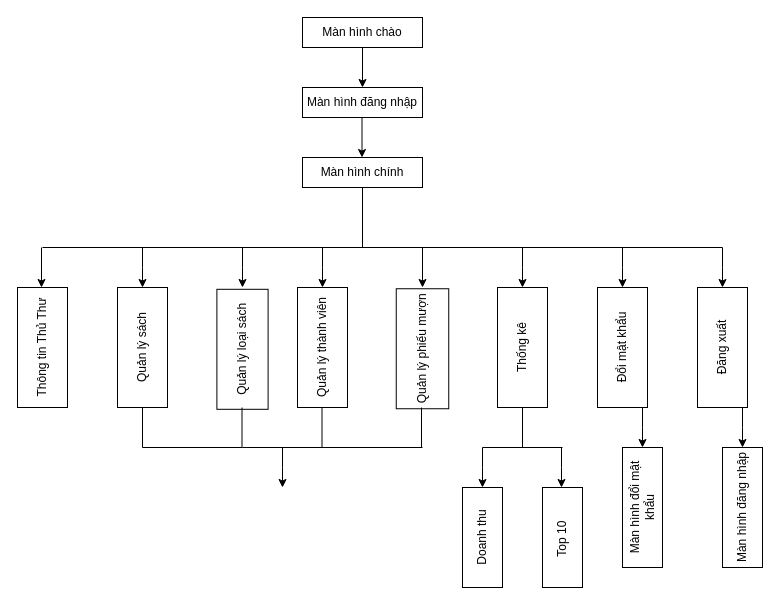
Before: Biểu đồ không có tiêu đề.drawio in thanhf313/duanmau, a draw.io diagram. Source tidied: cells renumbered, new cells numbered last; positions are measured from the earlier drawing's top-left corner, leaving out a move shared by most shapes. Both pictures are drawn from the tidied source at 100%, with x=0, y=0 at pixel (-18, 17).
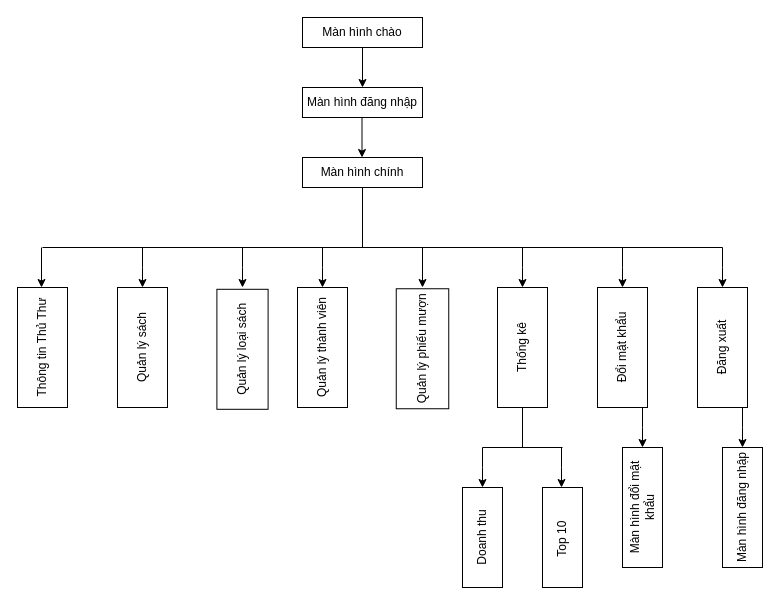
The same diagram, later.

Commit message:
Cập nhật Biểu đồ không có tiêu đề.drawio

The change refers to these unchanged cells:
```xml
<mxCell id="11" value="Quản lý sách" style="rounded=0;whiteSpace=wrap;html=1;rotation=-90;" parent="1" vertex="1">
  <mxGeometry x="100" y="305" width="120" height="50" as="geometry" />
</mxCell>
```

Change to the diagram source:
```diff
@@
-    <mxCell id="35" style="endArrow=none;html=1;rounded=0;" parent="1" edge="1">
-      <mxGeometry relative="1" as="geometry">
-        <mxPoint x="440" y="430" as="sourcePoint" />
-        <mxPoint x="160" y="430" as="targetPoint" />
-        <Array as="points">
-          <mxPoint x="260" y="430" />
-        </Array>
-      </mxGeometry>
-    </mxCell>
-    <mxCell id="36" style="endArrow=none;html=1;rounded=0;entryX=0;entryY=0.5;entryDx=0;entryDy=0;" parent="1" edge="1" target="11">
-      <mxGeometry relative="1" as="geometry">
-        <mxPoint x="160" y="430" as="sourcePoint" />
-      </mxGeometry>
-    </mxCell>
-    <mxCell id="37" style="endArrow=none;html=1;rounded=0;entryX=0;entryY=0.5;entryDx=0;entryDy=0;" parent="1" edge="1">
-      <mxGeometry relative="1" as="geometry">
-        <mxPoint x="259.5" y="430" as="sourcePoint" />
-        <mxPoint x="259.5" y="390" as="targetPoint" />
-      </mxGeometry>
-    </mxCell>
-    <mxCell id="38" style="endArrow=none;html=1;rounded=0;entryX=0;entryY=0.5;entryDx=0;entryDy=0;" parent="1" edge="1">
-      <mxGeometry relative="1" as="geometry">
-        <mxPoint x="339.5" y="430" as="sourcePoint" />
-        <mxPoint x="339.5" y="390" as="targetPoint" />
-      </mxGeometry>
-    </mxCell>
-    <mxCell id="39" style="endArrow=none;html=1;rounded=0;entryX=0;entryY=0.5;entryDx=0;entryDy=0;" parent="1" edge="1">
-      <mxGeometry relative="1" as="geometry">
-        <mxPoint x="439" y="430" as="sourcePoint" />
-        <mxPoint x="439" y="390" as="targetPoint" />
-      </mxGeometry>
-    </mxCell>
-    <mxCell id="40" style="endArrow=classic;html=1;rounded=0;" parent="1" edge="1">
-      <mxGeometry relative="1" as="geometry">
-        <mxPoint x="300" y="430" as="sourcePoint" />
-        <mxPoint x="300" y="470" as="targetPoint" />
-        <Array as="points">
-          <mxPoint x="300" y="450" />
-        </Array>
-      </mxGeometry>
-    </mxCell>
```
